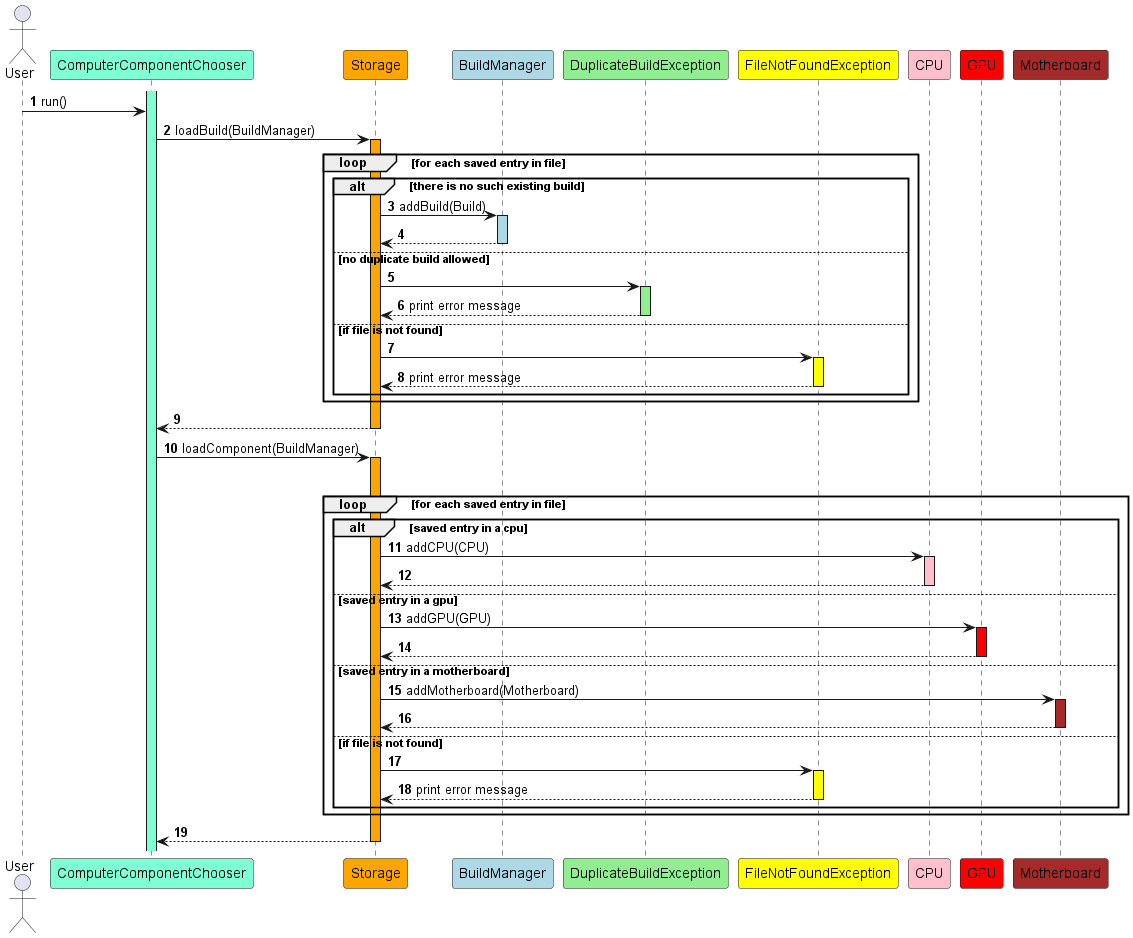
Before: docs/images/StorageLoadSequence.png, a diagram exported from PlantUML (nus-cs2113-AY2223S1/tp). Its source is kept beside it as docs/puml/StorageLoadSequence.puml.
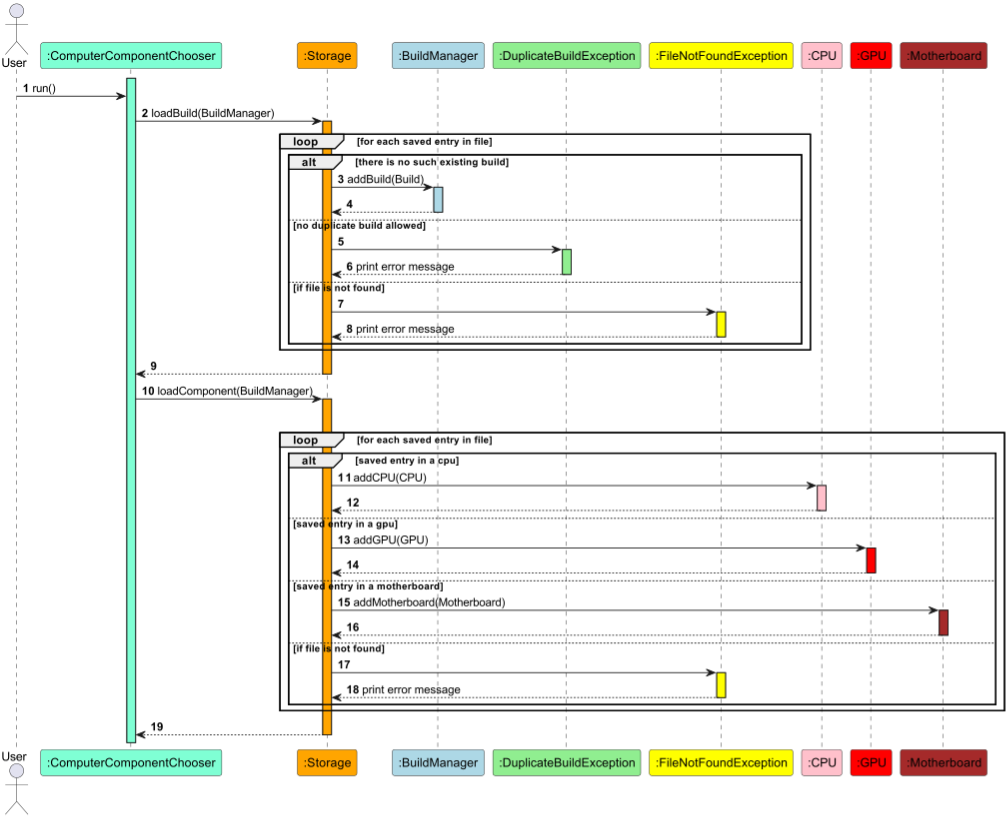
After the commit.

What changed in the source:
```diff
@@ -3,14 +3,14 @@
 autonumber
 
 Actor User
-Participant "ComputerComponentChooser" as ComputerComponentChooser #AquaMarine
-Participant "Storage" as Storage #Orange
-Participant "BuildManager" as BuildManager #LightBlue
-Participant "DuplicateBuildException" as DuplicateBuildException #LightGreen
-Participant "FileNotFoundException" as FileNotFoundException #Yellow
-Participant "CPU" as CPU #Pink
-Participant "GPU" as GPU #red
-Participant "Motherboard" as Motherboard #Brown
+Participant ":ComputerComponentChooser" as ComputerComponentChooser #AquaMarine
+Participant ":Storage" as Storage #Orange
+Participant ":BuildManager" as BuildManager #LightBlue
+Participant ":DuplicateBuildException" as DuplicateBuildException #LightGreen
+Participant ":FileNotFoundException" as FileNotFoundException #Yellow
+Participant ":CPU" as CPU #Pink
+Participant ":GPU" as GPU #red
+Participant ":Motherboard" as Motherboard #Brown
 
 activate ComputerComponentChooser #AquaMarine
 User -> ComputerComponentChooser: run()
```
